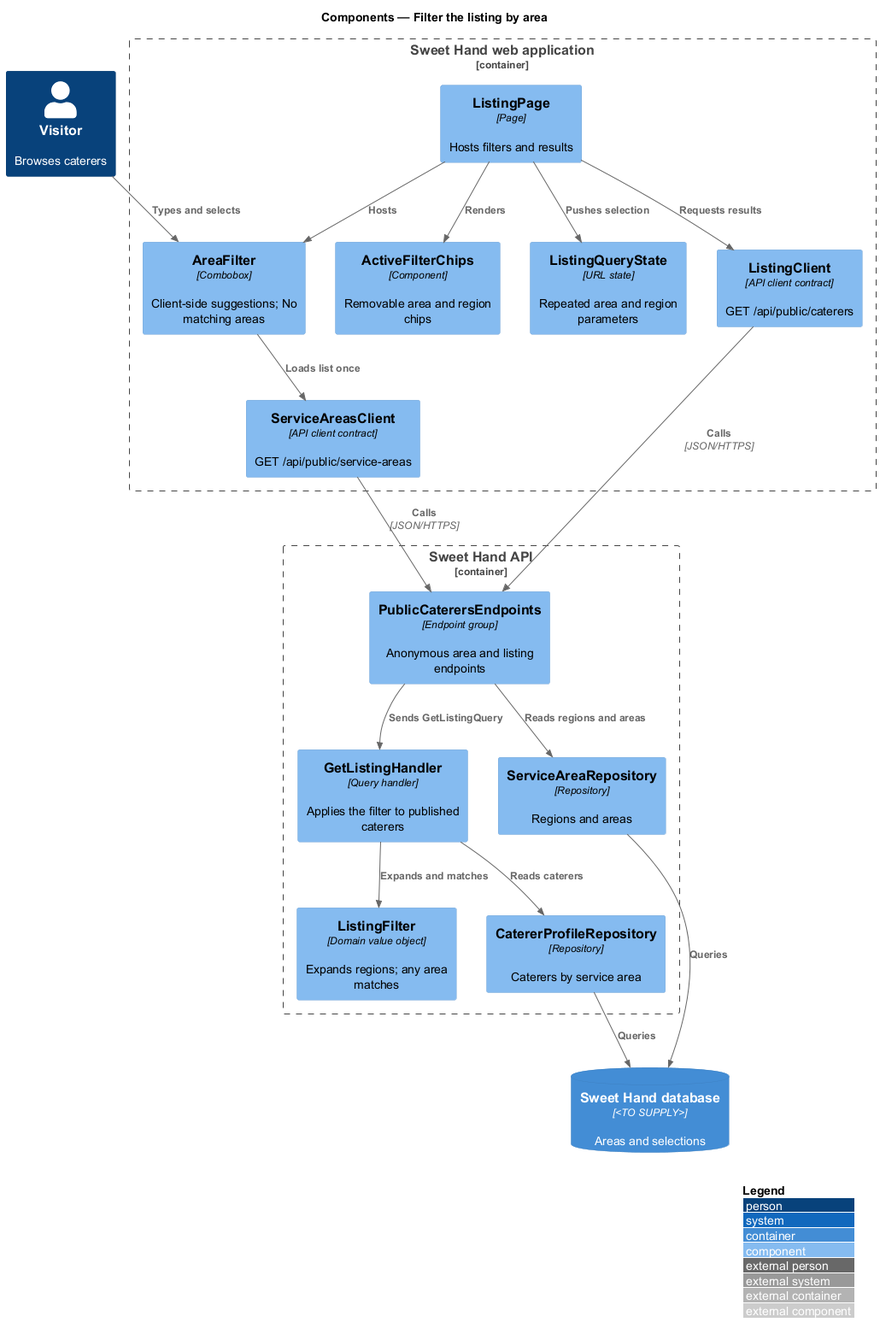
Above: docs/detailed-designs/discovery/filter-by-area/diagrams/c4-component.png in QuinntyneBrown/sweet-hand (PlantUML), before the change.
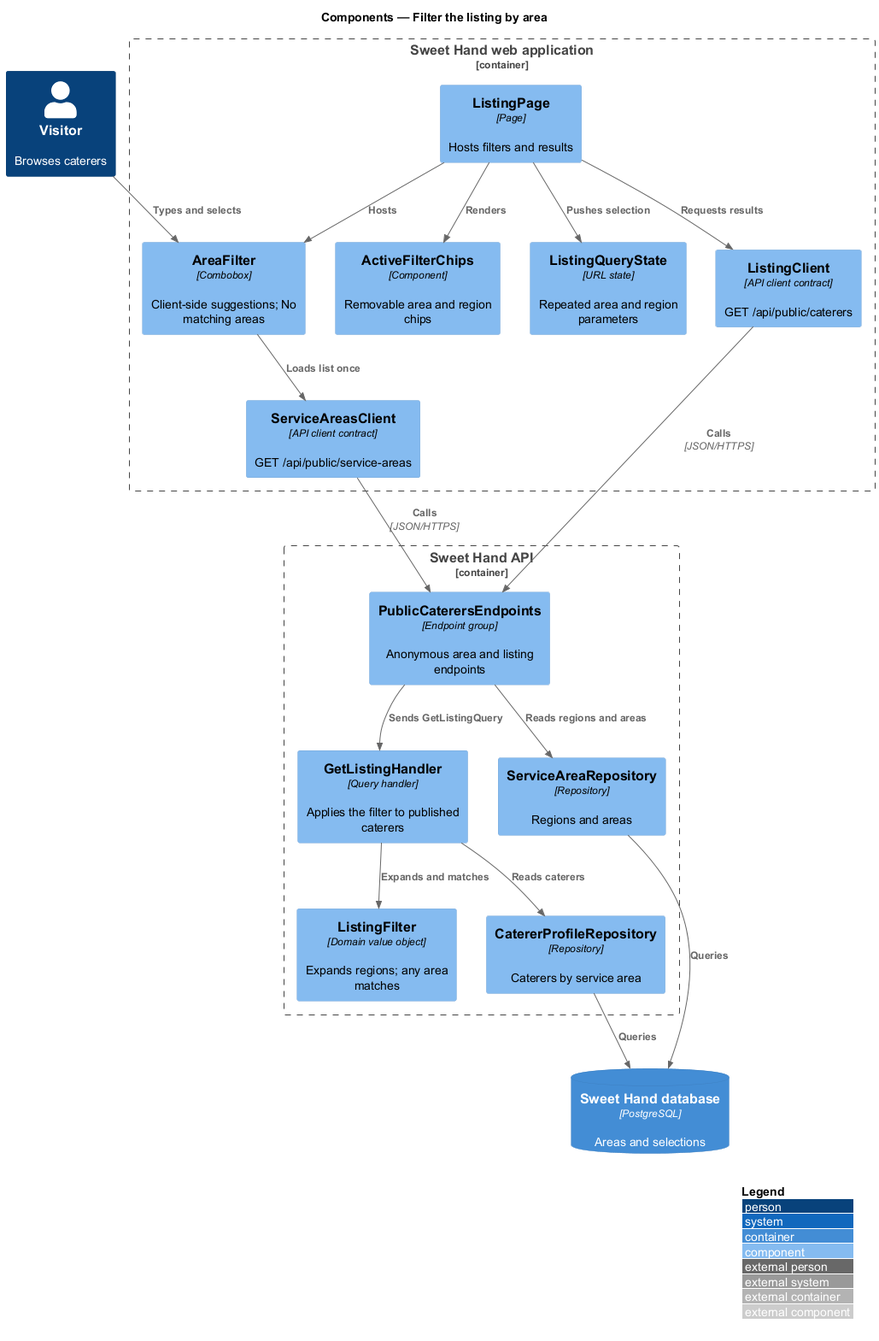
Later version of the same file.

Diff of the diagram source:
```diff
@@ -19,7 +19,7 @@
   Component(areasRepo, "ServiceAreaRepository", "Repository", "Regions and areas")
   Component(repo, "CatererProfileRepository", "Repository", "Caterers by service area")
 }
-ContainerDb(db, "Sweet Hand database", "<TO SUPPLY>", "Areas and selections")
+ContainerDb(db, "Sweet Hand database", "PostgreSQL", "Areas and selections")
 
 Rel(visitor, area, "Types and selects")
 Rel(page, area, "Hosts")
```
